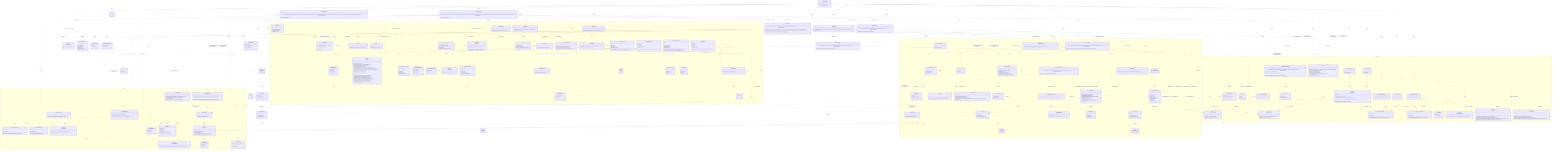
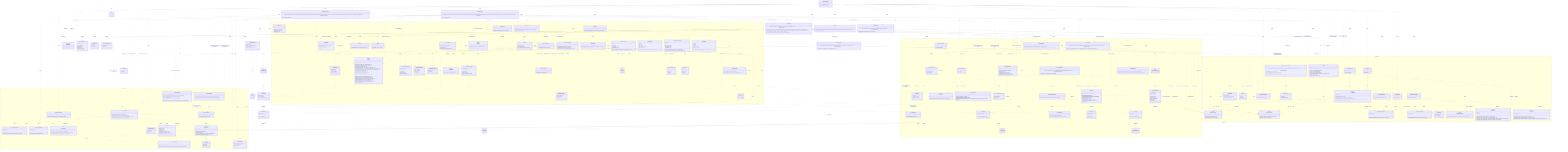
%% Authoritative, system-wide contract chart: every class and every relationship,
%% including the cross-domain interactions between modules.
%% For focused, per-domain views (intra-domain relationships only), see
%% docs/contracts/domains/ (one chart per domain + a README).
classDiagram
  direction TB

  class LicenseWizard {
    +LicenseWizard(args: string[])
    +run() Promise~Answer[]~
  }

  class IWizardMode {
    <<interface>>
    +run() Promise~Answer[]~
  }

  class InteractiveMode {
    +InteractiveMode(licenses: LicenseRepository, config: Config, manifests: ProjectManifestRepository, installer: LicenseInstaller, generator: LicenseGenerator, headers: HeaderApplier, renderer: IRenderer, reporter: IReporter, flags: WizardFlags)
    +run() Promise~Answer[]~
  }

  class NonInteractiveMode {
    +NonInteractiveMode(licenses: LicenseRepository, config: Config, manifests: ProjectManifestRepository, installer: LicenseInstaller, generator: LicenseGenerator, headers: HeaderApplier, reporter: IReporter, flags: WizardFlags, saveTargetByFlag: Record~string, string~)
    +run() Promise~Answer[]~
  }

  class VerifyMode {
    +VerifyMode(verifier: LicenseVerifier, headerVerifier: HeaderVerifier, config: Config, reporter: IReporter, strict: boolean)
    +run() Promise~Answer[]~
  }

  class WizardFlags {
    <<type>>
  }

  class HeaderApplier {
    +HeaderApplier(licenses: LicenseRepository, reader: IFileSystemReader, writer: IFileSystemWriter)
    +apply(licenseId: string, style: HeaderStyle, tokens: Record~string, string~, extraIgnores: string[]) Promise~HeaderApplyReport~
    +preview(licenseId: string, style: HeaderStyle, tokens: Record~string, string~, extraIgnores: string[]) Promise~HeaderPreview | null~
    +remove(extraIgnores: string[]) Promise~HeaderRemovalReport~
    +previewRemoval(extraIgnores: string[]) Promise~HeaderRemovalReport~
  }

  class HeaderApplyReport {
    +licenseId: string
    +style: HeaderStyle
    +total: number
    +written: number
    +unchanged: number
  }

  class HeaderPreview {
    +files: string[]
    +sample: string
  }

  class HeaderRemovalReport {
    +removed: string[]
    +total: number
  }

  class LicenseInstaller {
    +LicenseInstaller(config: Config, manifests: ProjectManifestRepository, generator: LicenseGenerator)
    +install(selection: LicenseSelection) Promise~void~
  }

  class LicenseVerifier {
    +LicenseVerifier(config: Config, manifests: ProjectManifestRepository, generator: LicenseGenerator, reader: IFileSystemReader)
    +verify(options: VerifyOptions) Promise~VerifyOutcome~
  }

  class LicenseSelection {
    +licenseId: string
    +tokens: Record~string, string~
    +save: ConfigSave
    +headers?: HeaderConfig
  }

  class ConfigSave {
    <<union>>
  }

  class VerifyOptions {
    +fix: boolean
  }

  class VerifyOutcome {
    <<union>>
  }

  class VerifyReport {
    +licenseId: string
    +license: DriftStatus
    +manifests: ManifestCheck[]
  }

  class ManifestCheck {
    +name: string
    +declared: string | null
    +status: DriftStatus
  }

  class DriftStatus {
    <<union>>
  }

  namespace CLI {
    class FlagParser {
      +FlagParser(flags: object)
      +parse(args: string[]) object
      +formatHelp() string
    }

    class Orchestrator {
      +Orchestrator(repository: QuestionRepository, renderer: IRenderer)
      +run() Promise~Answer[]~
    }

    class IRenderer {
      <<interface>>
      +render(question: Question) Promise~Answer~
      +onCancel() string
      +complete(summary: CompletionSummary) void
    }

    class CompletionSummary {
      +licenseId: string
      +customized: boolean
      +savedTo: string
      +manifests: string[]
      +headers?: CompletionHeaders
    }

    class CompletionHeaders {
      +style: HeaderStyle
      +written: number
      +total: number
    }

    class ProgressBar {
      +ProgressBar(label: string, out?: object)
      +start(total: number) void
      +update(done: number) void
      +stop() void
    }

    class ClackRenderer {
      +ClackRenderer(meta: object, spinner: Spinner)
    }

    class IReporter {
      <<interface>>
      +usage(options: string) void
      +tokens(licenseId: string, slots: TemplateSlot[]) void
      +generated(licenseId: string, savedTo: string) void
      +dryRun(report: DryRunReport) void
      +missingFields(licenseId: string, missing: TemplateSlot[]) void
      +unknownFields(licenseId: string, unknown: string[], slots: TemplateSlot[]) void
      +licenseNotFound(licenseId: string, suggestions: LicenseIndexEntry[]) void
      +verifyMatch(report: VerifyReport) void
      +verifyFixed(report: VerifyReport) void
      +verifyMismatch(report: VerifyReport) void
      +headersNoFiles(licenseId: string) void
      +headersGenerated(report: HeaderGenerateReport) void
      +headersDryRun(report: HeaderDryRunReport) void
      +headersRemoved(report: HeaderRemoveReport) void
      +headersRemoveDryRun(report: HeaderRemoveReport) void
      +headersVerifyMatch(report: HeaderVerifyReport) void
      +headersVerifyFixed(report: HeaderVerifyReport) void
      +headersVerifyMismatch(report: HeaderVerifyReport) void
      +error(message: string) void
    }

    class HeaderGenerateReport {
      +licenseId: string
      +style: HeaderStyle
      +total: number
      +written: number
      +unchanged: number
    }

    class HeaderDryRunReport {
      +licenseId: string
      +style: HeaderStyle
      +files: string[]
      +sample: string
    }

    class HeaderRemoveReport {
      +removed: string[]
      +total: number
    }

    class DryRunReport {
      +licenseId: string
      +content: string
      +save: ConfigSave
      +manifests: string[]
    }

    class MessageReporter {
      +MessageReporter(sink: IOutputSink)
    }

    class CliReporter {
      +CliReporter(programName: string, out?: object, err?: object)
    }

    class IOutputSink {
      <<interface>>
      +emit(message: OutputMessage) void
    }

    class StreamSink {
      +StreamSink(presenter: ReportPresenter, out?: object, err?: object)
      +emit(message: OutputMessage) void
    }

    class RecordingSink {
      +RecordingSink()
      +emit(message: OutputMessage) void
      +messages: OutputMessage[]
    }

    class ReportPresenter {
      +ReportPresenter(programName: string)
      +present(message: OutputMessage, options: object) string
    }

    class OutputMessage {
      <<union>>
    }

    class Banner {
      +buildBanner(meta: object, options: object) string
    }

    class Spinner {
      +start(handle: object) Function
    }

    class QuestionRepository {
      +QuestionRepository(questions: Question[])
      +getByIndex(index: number) Question | null
      +insertAt(index: number, questions: Question[]) void
    }

    class QuestionLifecycle {
      +inject(questions: Question[]) void
    }

    class Question {
      <<union>>
    }

    class TextQuestion {
      +id: string
      +text: string
      +type: "text"
      +defaultValue: string
      +required?: boolean
      +onAnswer(answer: Answer, lifecycle: QuestionLifecycle) void
    }

    class ConfirmQuestion {
      +id: string
      +text: string
      +type: "confirm"
      +defaultValue: boolean
      +onAnswer(answer: Answer, lifecycle: QuestionLifecycle) void
    }

    class AutocompleteQuestion {
      +id: string
      +text: string
      +type: "autocomplete"
      +defaultValue: string
      +required?: boolean
      +search(query: string) Promise~AutocompleteOption[]~
      +onAnswer(answer: Answer, lifecycle: QuestionLifecycle) void
    }

    class AutocompleteOption {
      +value: string
      +label: string
      +hint: string
    }

    class SelectQuestion {
      +id: string
      +text: string
      +type: "select"
      +options: SelectOption[]
      +defaultValue: string
      +onAnswer(answer: Answer, lifecycle: QuestionLifecycle) void
    }

    class SelectOption {
      +value: string
      +label: string
      +hint: string
    }

    class Answer {
      +questionId: string
      +value: string | boolean
      +fields: Record~string, string | boolean~
    }
  }

  namespace Licensing {
    class LicenseRepository {
      +LicenseRepository(source: ILicenseSource)
      +search(query: string) Promise~LicenseIndexEntry[]~
      +suggest(query: string, limit: number) Promise~LicenseIndexEntry[]~
      +getLicense(licenseId: string) Promise~LicenseDetail~
    }

    class LicenseRepositoryError {
      +name: string
      +cause: unknown
      +LicenseRepositoryError(message: string, cause?: unknown)
    }

    class LicenseNotFoundError {
      +name: string
      +licenseId: string
      +LicenseNotFoundError(licenseId: string)
    }

    class ILicenseSource {
      <<interface>>
      +search(query: string) Promise~LicenseIndexEntry[]~
      +suggest(query: string, limit: number) Promise~LicenseIndexEntry[]~
      +fetchLicense(licenseId: string) Promise~LicenseDetail~
    }

    class SpdxLicenseSource {
      +SpdxLicenseSource(ttlMs?: number, timeoutMs?: number)
    }

    class LicenseIndexEntry {
      +licenseId: string
      +name: string
    }

    class LicenseDetail {
      +licenseId: string
      +name: string
      +licenseText: string
      +standardLicenseTemplate?: string
      +standardLicenseHeader?: string
      +standardLicenseHeaderTemplate?: string
    }

    class SpdxTemplate {
      <<abstract>>
      +SpdxTemplate(template: string)
      +slots() TemplateSlot[]
      +resolveSlots(entries: Map~string, string~) SlotResolution
      +render(values: Record~string, string~) string
    }

    class LicenseTemplate {
      +LicenseTemplate(template: string)
    }

    class LicenseCopyright {
      +LicenseCopyright(bodyTemplate: string, headerTemplate: string)
      +fromDetail(detail: LicenseDetail)$ LicenseCopyright
      +slots() TemplateSlot[]
-       +resolve(entries: Map~string, string~) SlotResolution
+       +requiredSlots(fullHeader: boolean) TemplateSlot[]
+       +resolveFor(entries: Map~string, string~, fullHeader: boolean) SlotResolution
    }

    class resolveSlotEntries {
      <<function>>
      +resolveSlotEntries(slots: TemplateSlot[], entries: Map~string, string~) SlotResolution
    }

    class TemplateSlot {
      +token: string
      +label: string
    }

    class SlotResolution {
      +values: Record~string, string~
      +missing: TemplateSlot[]
      +unknown: string[]
    }

    class LicenseGenerator {
      +LicenseGenerator(repository: LicenseRepository, writer: IFileSystemWriter)
      +generate(licenseId: string, slotValues?: Record~string, string~) Promise~void~
      +render(licenseId: string, slotValues?: Record~string, string~) Promise~string~
    }
  }

  namespace Configuration {
    class IFileSystemReader {
      <<interface>>
      +read(path: string) Promise~string~
      +exists(path: string) Promise~boolean~
    }

    class IFileSystemWriter {
      <<interface>>
      +write(path: string, content: string) Promise~void~
      +delete(path: string) Promise~void~
    }

    class NodeFileSystemReader {
      +NodeFileSystemReader()
    }

    class NodeFileSystemWriter {
      +NodeFileSystemWriter()
    }

    class FileSystemReaderError {
      +name: string
      +cause: unknown
      +FileSystemReaderError(message: string, cause?: unknown)
    }

    class FileSystemWriterError {
      +name: string
      +cause: unknown
      +FileSystemWriterError(message: string, cause?: unknown)
    }

    class WizardConfig {
      +licenseId: string
      +tokens?: Record~string, string~
      +headers?: HeaderConfig
    }

    class HeaderConfig {
      +style: HeaderStyle
      +ignore?: string[]
    }

    class parseWizardConfig {
      <<function>>
      +parseWizardConfig(value: unknown, fileName: string) WizardConfig
    }

    class ConfigTarget {
      +id: string
      +label: string
    }

    class IConfigStore {
      <<interface>>
      +id: string
      +label: string
      +available(reader: IFileSystemReader) Promise~boolean~
      +read(reader: IFileSystemReader) Promise~WizardConfig | null~
      +write(reader: IFileSystemReader, writer: IFileSystemWriter, config: WizardConfig) Promise~void~
      +clear(reader: IFileSystemReader, writer: IFileSystemWriter) Promise~void~
    }

    class RcConfigStore {
      +RcConfigStore()
    }

    class ManifestConfigStore {
      +ManifestConfigStore(fileName: string)
    }

    class Config {
      +Config(stores: IConfigStore[], reader: IFileSystemReader, writer: IFileSystemWriter)
      +read() Promise~WizardConfig | null~
      +source() Promise~string | null~
      +targets() Promise~ConfigTarget[]~
      +write(config: WizardConfig, targetId: string) Promise~void~
      +clear() Promise~void~
      +clearHeaders() Promise~void~
    }

    class IProjectManifest {
      <<interface>>
      +name: string
      +exists(reader: IFileSystemReader) Promise~boolean~
      +readLicense(reader: IFileSystemReader) Promise~string | null~
      +writeLicense(reader: IFileSystemReader, writer: IFileSystemWriter, licenseId: string) Promise~void~
    }

    class JsonManifest {
      <<abstract>>
      +JsonManifest(fileName: string)
      +name: string
      +exists(reader: IFileSystemReader) Promise~boolean~
      +readLicense(reader: IFileSystemReader) Promise~string | null~
      +writeLicense(reader: IFileSystemReader, writer: IFileSystemWriter, licenseId: string) Promise~void~
      #extractLicenseId(value: unknown)* string | null
    }

    class NpmManifest {
      +NpmManifest()
    }

    class ComposerManifest {
      +ComposerManifest()
    }

    class ProjectManifestRepository {
      +ProjectManifestRepository(manifests: IProjectManifest[], reader: IFileSystemReader, writer: IFileSystemWriter)
      +readLicense() Promise~string | null~
      +writeLicense(licenseId: string) Promise~void~
      +declaredLicenses() Promise~ManifestLicense[]~
      +writeLicenseTo(name: string, licenseId: string) Promise~void~
    }

    class ManifestLicense {
      +name: string
      +licenseId: string | null
    }
  }

  namespace Headers {
    class HeaderPlan {
      +detail: LicenseDetail
      +style: HeaderStyle
      +tokens: Record~string, string~
    }

    class HeaderStyle {
      <<union>>
    }

    class HeaderRenderer {
      +HeaderRenderer(plan: HeaderPlan)
      +supportsFull(detail: LicenseDetail)$ boolean
      +fullHeaderHasUnfilledPlaceholders(detail: LicenseDetail, tokens: Record~string, string~)$ boolean
      +body() string
    }

    class HeaderTemplate {
      +HeaderTemplate(template: string)
    }

    class HeaderComposer {
      +HeaderComposer(plan: HeaderPlan)
      +fingerprint() string
      +block(extension: string) string
      +hasManaged(content: string) boolean
      +apply(content: string, filePath: string) string
    }

    class SourceFileScanner {
      +SourceFileScanner(walker: IFileTreeWalker, reader: IFileSystemReader, matchers?: GitignoreMatcherFactory)
      +scan(options?: ScanOptions) Promise~string[]~
    }

    class ScanOptions {
      +root?: string
      +extensions?: string[]
      +extraIgnores?: string[]
    }

    class GitignoreMatcher {
      +GitignoreMatcher(patterns: string[])
      +ignores(path: string, isDirectory: boolean) boolean
    }

    class GitignoreMatcherFactory {
      +fromContent(content: string, extra?: string[]) GitignoreMatcher
    }

    class IFileTreeWalker {
      <<interface>>
      +walk(root: string, skipDirectory: Function) Promise~string[]~
    }

    class NodeFileTreeWalker {
      +NodeFileTreeWalker()
    }

    class HeaderInstaller {
      +HeaderInstaller(reader: IFileSystemReader, writer: IFileSystemWriter)
      +install(files: string[], plan: HeaderPlan, onProgress?: Function) Promise~HeaderInstallSummary~
    }

    class HeaderInstallSummary {
      +written: string[]
      +unchanged: string[]
      +skipped: string[]
    }

    class SourceFile {
      +SourceFile(content: string, path: string)
      +extensionOf(path: string)$ string
      +commentStyleFor(extension: string)$ CommentStyle
      +hasManagedHeader() boolean
      +canPlaceHeader() boolean
      +withoutManagedHeaders() SourceFile
      +withManagedHeader(block: string) SourceFile
      +toString() string
    }

    class CommentStyle {
      +blockStart: string
      +linePrefix: string
      +blockEnd: string
    }

    class HeaderRemover {
      +HeaderRemover(reader: IFileSystemReader, writer: IFileSystemWriter)
      +remove(files: string[], onProgress?: Function) Promise~HeaderRemoveSummary~
    }

    class HeaderRemoveSummary {
      +removed: string[]
      +total: number
    }

    class HeaderVerifier {
      +HeaderVerifier(scanner: SourceFileScanner, reader: IFileSystemReader, writer: IFileSystemWriter, licenses: LicenseRepository)
      +verify(config: WizardConfig, options: HeaderVerifyOptions) Promise~HeaderVerifyOutcome~
    }

    class HeaderVerifyOptions {
      +fix: boolean
    }

    class HeaderVerifyOutcome {
      <<union>>
    }

    class HeaderVerifyReport {
      +licenseId: string
      +style: HeaderStyle
      +total: number
      +matched: string[]
      +missing: string[]
      +drifted: HeaderDrift[]
      +fixed: string[]
      +skipped: string[]
    }

    class HeaderDrift {
      +file: string
      +declares: object | null
      +reason: HeaderDriftReason
    }

    class HeaderDriftReason {
      <<union>>
    }
  }

  TextQuestion ..|> Question : member of
  ConfirmQuestion ..|> Question : member of
  AutocompleteQuestion ..|> Question : member of
  SelectQuestion ..|> Question : member of
  TextQuestion ..> QuestionLifecycle : onAnswer receives
  ConfirmQuestion ..> QuestionLifecycle : onAnswer receives
  AutocompleteQuestion ..> QuestionLifecycle : onAnswer receives
  SelectQuestion ..> QuestionLifecycle : onAnswer receives
  SelectQuestion ..> SelectOption : offers
  Orchestrator ..> QuestionLifecycle : creates
  ClackRenderer ..|> IRenderer : implements
  ClackRenderer ..> Spinner : uses
  ClackRenderer ..> Banner : renders
  IRenderer ..> CompletionSummary : renders
  ClackRenderer ..> CompletionSummary : renders
  MessageReporter ..|> IReporter : implements
  CliReporter --|> MessageReporter : terminal wiring
  MessageReporter ..> IOutputSink : emits to
  MessageReporter ..> OutputMessage : builds
  StreamSink ..|> IOutputSink : implements
  RecordingSink ..|> IOutputSink : implements
  StreamSink ..> ReportPresenter : renders with
  ReportPresenter ..> OutputMessage : renders
  CliReporter ..> StreamSink : wires
  CliReporter ..> ReportPresenter : wires
  MessageReporter ..> TemplateSlot : reads
  MessageReporter ..> VerifyReport : reads
  MessageReporter ..> DryRunReport : reads
  %% Composition root: LicenseWizard parses flags, builds the shared graph, and
  %% delegates each run to one of the three modes through IWizardMode.
  LicenseWizard ..> FlagParser : uses
  LicenseWizard ..> WizardFlags : parses
  LicenseWizard ..> CliReporter : creates
  LicenseWizard ..> IReporter : reports usage through
  LicenseWizard ..> ClackRenderer : creates
  LicenseWizard ..> SpdxLicenseSource : creates
  LicenseWizard ..> LicenseRepository : creates
  LicenseWizard ..> LicenseGenerator : creates
  LicenseWizard ..> LicenseInstaller : creates
  LicenseWizard ..> HeaderApplier : creates
  LicenseWizard ..> LicenseVerifier : creates
  LicenseWizard ..> IWizardMode : delegates the run to
  LicenseWizard ..> InteractiveMode : creates
  LicenseWizard ..> NonInteractiveMode : creates
  LicenseWizard ..> VerifyMode : creates
  InteractiveMode ..|> IWizardMode : implements
  NonInteractiveMode ..|> IWizardMode : implements
  VerifyMode ..|> IWizardMode : implements

  %% Interactive mode: the prompt-driven setup flow.
  InteractiveMode ..> ClackRenderer : renders through
  InteractiveMode ..> IRenderer : reports completion through
  InteractiveMode ..> Orchestrator : creates
  InteractiveMode ..> QuestionRepository : creates
  InteractiveMode ..> LicenseRepository : searches and resolves with
  InteractiveMode ..> LicenseTemplate : creates
  InteractiveMode ..> HeaderRenderer : checks full-header support with
  InteractiveMode ..> LicenseInstaller : applies selection through
  InteractiveMode ..> HeaderApplier : applies headers through
  InteractiveMode ..> LicenseGenerator : renders dry-run preview through
  InteractiveMode ..> Config : reads config and targets from
  InteractiveMode ..> ProjectManifestRepository : reads and reports manifests through
  InteractiveMode ..> IReporter : reports dry-run through
  InteractiveMode ..> LicenseSelection : builds
  InteractiveMode ..> DryRunReport : builds

  %% Non-interactive mode: flag-driven generation, apply-config, and removal.
  NonInteractiveMode ..> LicenseRepository : resolves and suggests with
  NonInteractiveMode ..> LicenseTemplate : creates
  NonInteractiveMode ..> HeaderRenderer : checks full-header support with
  NonInteractiveMode ..> LicenseInstaller : applies selection through
  NonInteractiveMode ..> HeaderApplier : applies headers through
  NonInteractiveMode ..> LicenseGenerator : renders dry-run preview through
  NonInteractiveMode ..> Config : reads config and clears headers through
  NonInteractiveMode ..> ProjectManifestRepository : reports manifests through
  NonInteractiveMode ..> IReporter : reports through
  NonInteractiveMode ..> LicenseSelection : builds
  NonInteractiveMode ..> DryRunReport : builds
  NonInteractiveMode ..> LicenseNotFoundError : handles

  %% Verify mode: LICENSE/manifest and source-header verification.
  VerifyMode ..> LicenseVerifier : verifies through
  VerifyMode ..> HeaderVerifier : verifies headers through
  VerifyMode ..> Config : reads config from
  VerifyMode ..> IReporter : reports through

  LicenseInstaller ..> Config : uses
  LicenseInstaller ..> ProjectManifestRepository : writes selection to
  LicenseInstaller ..> LicenseGenerator : uses
  LicenseInstaller ..> LicenseSelection : applies
  LicenseVerifier ..> Config : reads config from
  LicenseVerifier ..> ProjectManifestRepository : checks and reconciles manifests through
  LicenseVerifier ..> LicenseGenerator : re-renders and rewrites with
  LicenseVerifier ..> IFileSystemReader : reads LICENSE through
  LicenseVerifier ..> VerifyOptions : configured by
  LicenseVerifier ..> VerifyOutcome : returns
  VerifyOutcome ..> VerifyReport : carries
  VerifyReport ..> ManifestCheck : aggregates
  VerifyReport ..> DriftStatus : statuses by
  ManifestCheck ..> DriftStatus : status by
  ProjectManifestRepository ..> ManifestLicense : produces
  LicenseSelection ..> ConfigSave : has
  DryRunReport ..> ConfigSave : carries
  Orchestrator ..> QuestionRepository : gets questions from
  Orchestrator ..> IRenderer : feeds questions to
  ClackRenderer ..> Question : renders
  QuestionRepository ..> Question : produces
  AutocompleteQuestion ..> AutocompleteOption : search produces
  Orchestrator ..> Answer : collects
  SpdxLicenseSource ..|> ILicenseSource : implements
  LicenseRepository ..> ILicenseSource : uses
  LicenseRepository ..> LicenseIndexEntry : produces
  LicenseRepository ..> LicenseDetail : produces
  LicenseRepository ..> LicenseRepositoryError : throws
  LicenseRepository ..> LicenseNotFoundError : throws
  SpdxLicenseSource ..> LicenseNotFoundError : throws
  MessageReporter ..> LicenseIndexEntry : reads
  LicenseGenerator ..> LicenseRepository : uses
  LicenseGenerator ..> IFileSystemWriter : uses
  LicenseGenerator ..> LicenseTemplate : uses
  LicenseTemplate --|> SpdxTemplate : extends
  LicenseCopyright ..> LicenseTemplate : parses body and header with
  LicenseCopyright ..> resolveSlotEntries : resolves with
  SpdxTemplate ..> resolveSlotEntries : resolves with
  HeaderTemplate --|> SpdxTemplate : extends
  SpdxTemplate ..> TemplateSlot : produces
  SpdxTemplate ..> SlotResolution : produces
  NodeFileSystemReader ..|> IFileSystemReader : implements
  NodeFileSystemWriter ..|> IFileSystemWriter : implements
  NodeFileSystemReader ..> FileSystemReaderError : throws
  NodeFileSystemWriter ..> FileSystemWriterError : throws
  Config ..> IConfigStore : coordinates
  Config ..> IFileSystemReader : uses
  Config ..> IFileSystemWriter : uses
  Config ..> WizardConfig : produces
  Config ..> ConfigTarget : produces
  Config ..> FileSystemWriterError : throws
  RcConfigStore ..|> IConfigStore : implements
  ManifestConfigStore ..|> IConfigStore : implements
  RcConfigStore ..> IFileSystemReader : uses
  RcConfigStore ..> IFileSystemWriter : uses
  RcConfigStore ..> FileSystemReaderError : throws
  RcConfigStore ..> FileSystemWriterError : throws
  ManifestConfigStore ..> IFileSystemReader : uses
  ManifestConfigStore ..> IFileSystemWriter : uses
  ManifestConfigStore ..> FileSystemReaderError : throws
  ManifestConfigStore ..> FileSystemWriterError : throws
  JsonManifest ..|> IProjectManifest : implements
  NpmManifest --|> JsonManifest : extends
  ComposerManifest --|> JsonManifest : extends
  JsonManifest ..> IFileSystemReader : uses
  JsonManifest ..> IFileSystemWriter : uses
  JsonManifest ..> FileSystemReaderError : throws
  JsonManifest ..> FileSystemWriterError : throws
  ProjectManifestRepository ..> IProjectManifest : coordinates
  ProjectManifestRepository ..> IFileSystemReader : uses
  ProjectManifestRepository ..> IFileSystemWriter : uses
  LicenseWizard ..> NodeFileSystemReader : creates
  LicenseWizard ..> NodeFileSystemWriter : creates
  LicenseWizard ..> Config : creates
  LicenseWizard ..> RcConfigStore : creates
  LicenseWizard ..> ManifestConfigStore : creates
  LicenseWizard ..> NpmManifest : creates
  LicenseWizard ..> ComposerManifest : creates
  LicenseWizard ..> ProjectManifestRepository : creates
  LicenseWizard ..> HeaderVerifier : creates
  LicenseWizard ..> SourceFileScanner : creates
  LicenseWizard ..> NodeFileTreeWalker : creates
  %% HeaderApplier owns the source-file header surface for both write modes.
  HeaderApplier ..> SourceFileScanner : creates
  HeaderApplier ..> NodeFileTreeWalker : creates
  HeaderApplier ..> HeaderInstaller : creates
  HeaderApplier ..> HeaderInstaller : writes headers through
  HeaderApplier ..> HeaderRemover : creates
  HeaderApplier ..> HeaderRemover : removes headers through
  HeaderApplier ..> SourceFile : previews removal with
  HeaderApplier ..> HeaderComposer : previews header block with
  HeaderApplier ..> ProgressBar : drives header progress with
  HeaderApplier ..> HeaderPlan : builds
  HeaderApplier ..> LicenseRepository : fetches header detail through
  HeaderApplier ..> HeaderApplyReport : produces
  HeaderApplier ..> HeaderPreview : produces
  HeaderApplier ..> HeaderRemovalReport : produces
  MessageReporter ..> HeaderGenerateReport : reads
  MessageReporter ..> HeaderDryRunReport : reads
  MessageReporter ..> HeaderRemoveReport : reads
  MessageReporter ..> HeaderVerifyReport : reads
  MessageReporter ..> HeaderDrift : reduces drift from
  HeaderConfig ..> HeaderStyle : style by
  HeaderPlan ..> LicenseDetail : carries
  HeaderPlan ..> HeaderStyle : styled by
  HeaderRenderer ..> HeaderPlan : renders
  HeaderRenderer ..> HeaderTemplate : substitutes header template with
  HeaderComposer ..> HeaderPlan : composes
  HeaderComposer ..> HeaderRenderer : renders body with
  HeaderInstaller ..> HeaderComposer : applies header with
  HeaderInstaller ..> HeaderPlan : applies
  HeaderInstaller ..> IFileSystemReader : reads files through
  HeaderInstaller ..> IFileSystemWriter : writes files through
  HeaderInstaller ..> HeaderInstallSummary : produces
  HeaderRemover ..> SourceFile : strips header through
  HeaderRemover ..> IFileSystemReader : reads files through
  HeaderRemover ..> IFileSystemWriter : writes files through
  HeaderRemover ..> HeaderRemoveSummary : produces
  HeaderComposer ..> SourceFile : places header through
  SourceFile ..> CommentStyle : wraps with
  SourceFileScanner ..> SourceFile : derives extension with
  HeaderVerifier ..> SourceFileScanner : rediscovers files through
  HeaderVerifier ..> HeaderComposer : compares against
  HeaderVerifier ..> LicenseRepository : fetches header detail through
  HeaderVerifier ..> IFileSystemReader : reads files through
  HeaderVerifier ..> IFileSystemWriter : rewrites files through
  HeaderVerifier ..> WizardConfig : verifies against
  HeaderVerifier ..> HeaderVerifyOptions : configured by
  HeaderVerifier ..> HeaderVerifyOutcome : returns
  HeaderVerifyOutcome ..> HeaderVerifyReport : carries
  HeaderVerifyReport ..> HeaderDrift : details drift by
  HeaderDrift ..> HeaderDriftReason : explained by
  HeaderVerifier ..> HeaderDrift : classifies drift into
  SourceFileScanner ..> IFileTreeWalker : walks with
  SourceFileScanner ..> IFileSystemReader : reads .gitignore through
  SourceFileScanner ..> GitignoreMatcherFactory : builds matchers with
  SourceFileScanner ..> GitignoreMatcher : filters with
  SourceFileScanner ..> ScanOptions : configured by
  GitignoreMatcherFactory ..> GitignoreMatcher : creates
  NodeFileTreeWalker ..|> IFileTreeWalker : implements
  ClackRenderer ..> CompletionHeaders : renders
  CompletionSummary ..> CompletionHeaders : carries
